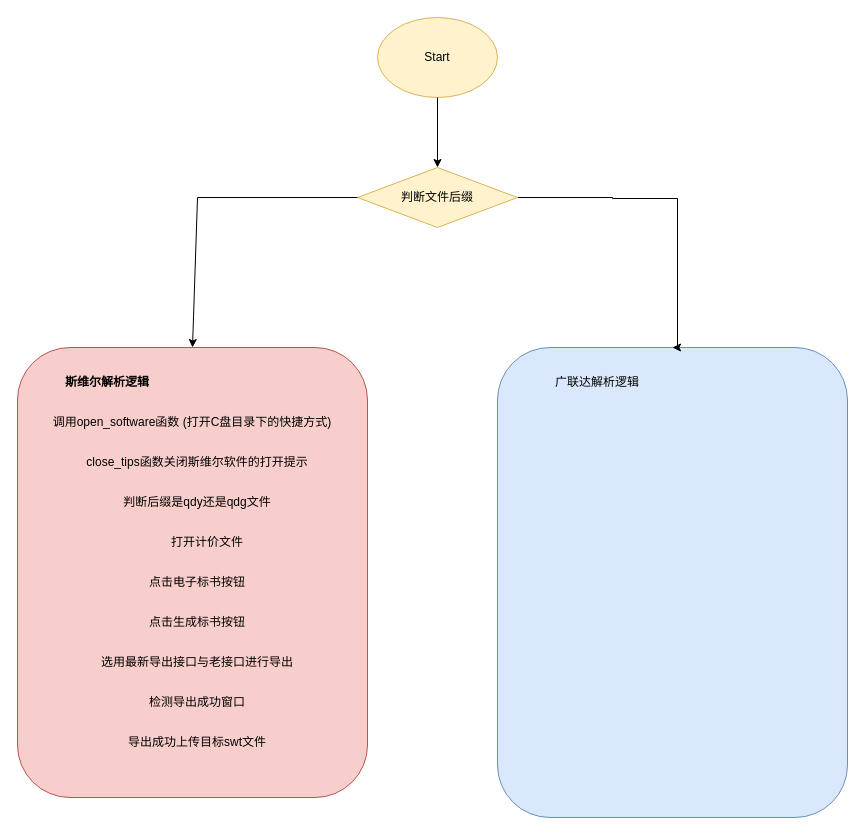
Above: draw.io/rpa代码流程讲述.drawio in KeatonLi/pictures (draw.io), before the change. Source tidied: cells renumbered, new cells numbered last; positions are measured from the earlier drawing's top-left corner, leaving out a move shared by most shapes. Both pictures are drawn from the tidied source at 100%, with x=0, y=0 at pixel (17, 17).
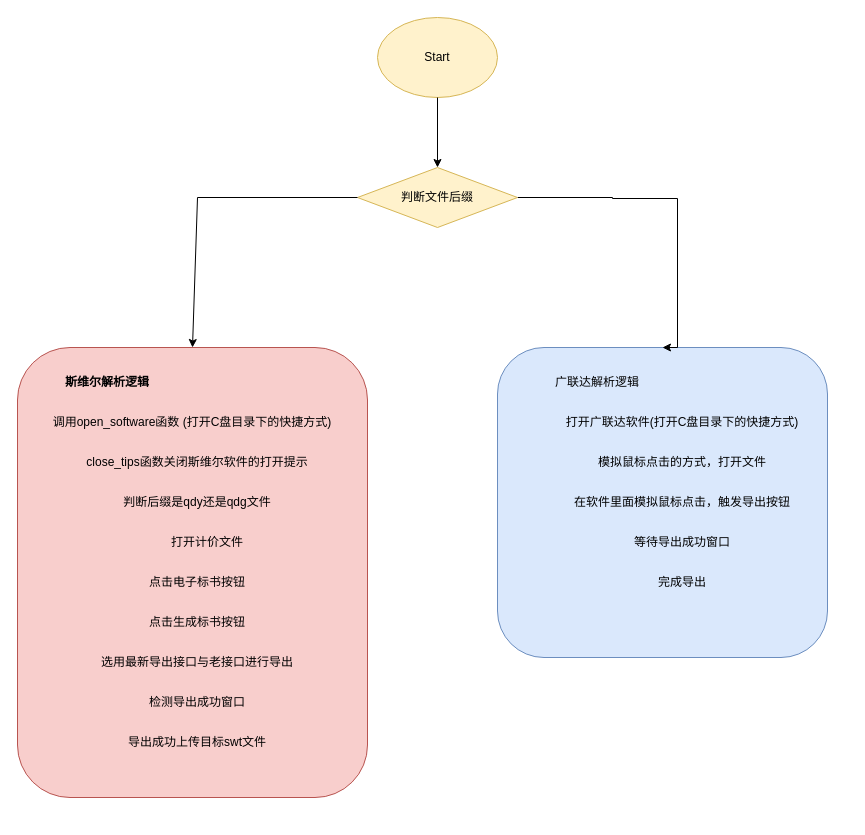
After the change.

Commit message:
更新rpa代码流程讲述.drawio

Diff of the diagram source:
```diff
@@
     <mxCell id="4" style="rounded=1;whiteSpace=wrap;html=1;fillColor=#dae8fc;strokeColor=#6c8ebf;" parent="1" vertex="1">
-      <mxGeometry x="480" y="330" width="350" height="470" as="geometry" />
+      <mxGeometry x="480" y="330" width="330" height="310" as="geometry" />
     </mxCell>
@@
+    <mxCell id="20" value="打开广联达软件(打开C盘目录下的快捷方式)" style="text;html=1;align=center;verticalAlign=middle;whiteSpace=wrap;rounded=0;" parent="1" vertex="1">
+      <mxGeometry x="520" y="390" width="290" height="30" as="geometry" />
+    </mxCell>
+    <mxCell id="21" value="模拟鼠标点击的方式，打开文件" style="text;html=1;align=center;verticalAlign=middle;whiteSpace=wrap;rounded=0;" parent="1" vertex="1">
+      <mxGeometry x="520" y="430" width="290" height="30" as="geometry" />
+    </mxCell>
+    <mxCell id="22" value="在软件里面模拟鼠标点击，触发导出按钮" style="text;html=1;align=center;verticalAlign=middle;whiteSpace=wrap;rounded=0;" parent="1" vertex="1">
+      <mxGeometry x="520" y="470" width="290" height="30" as="geometry" />
+    </mxCell>
+    <mxCell id="23" value="完成导出" style="text;html=1;align=center;verticalAlign=middle;whiteSpace=wrap;rounded=0;" parent="1" vertex="1">
+      <mxGeometry x="520" y="550" width="290" height="30" as="geometry" />
+    </mxCell>
+    <mxCell id="24" value="等待导出成功窗口" style="text;html=1;align=center;verticalAlign=middle;whiteSpace=wrap;rounded=0;" parent="1" vertex="1">
+      <mxGeometry x="520" y="510" width="290" height="30" as="geometry" />
+    </mxCell>
```
